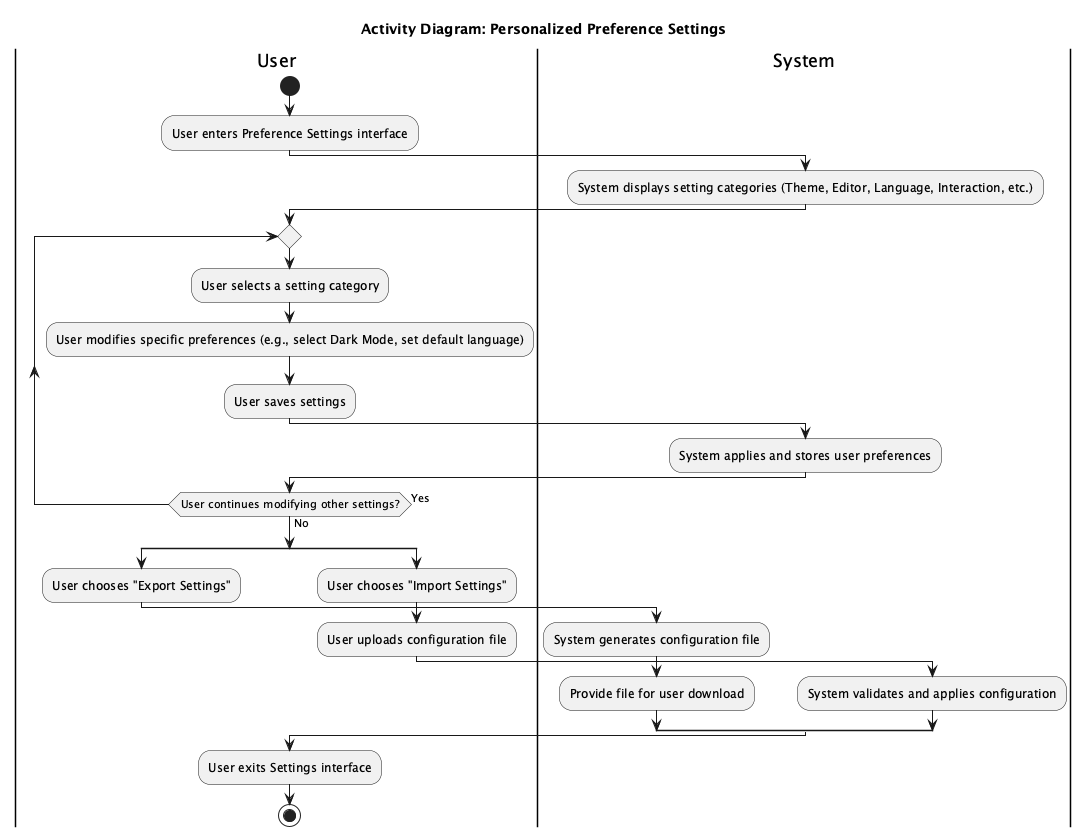
stepbystepcode/CodeWay keeps this PlantUML diagram as latex/UML/Activity/Personalized-Preference-Settings.png. Above is the earlier version.
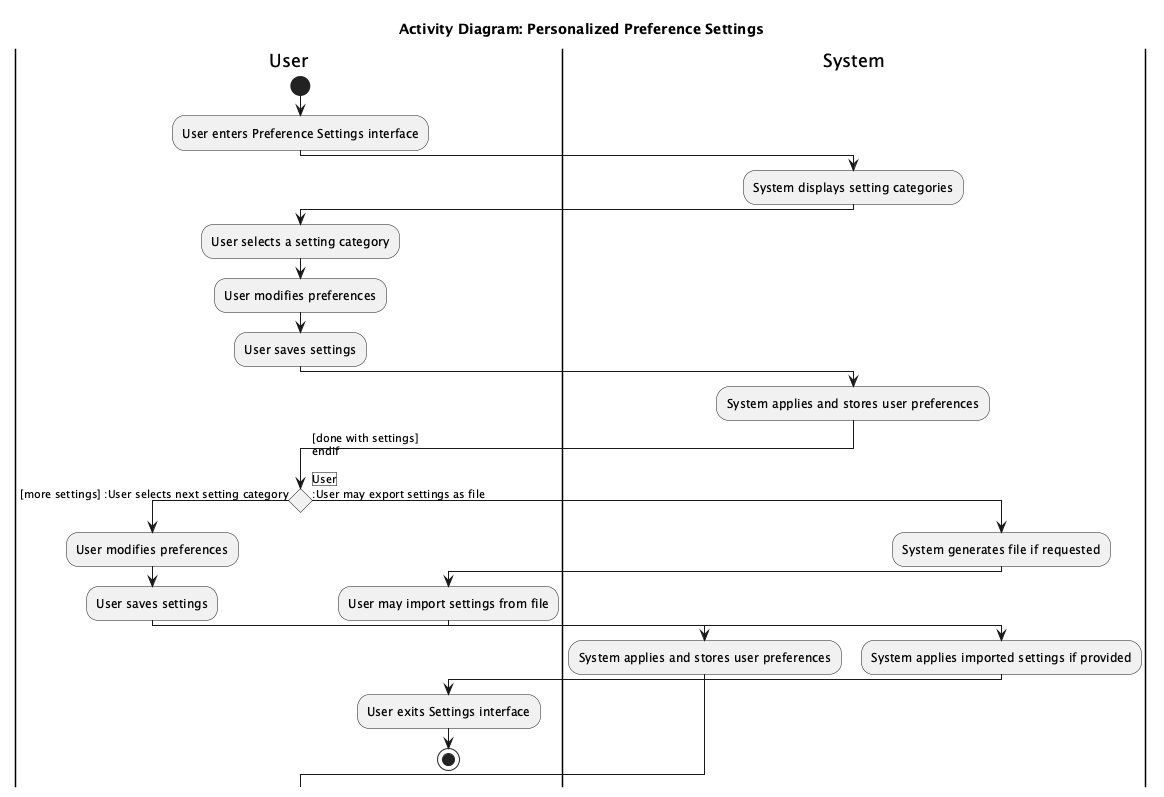
The same diagram one commit later.

What changed in the source:
```diff
@@ -6,34 +6,39 @@
 :User enters Preference Settings interface;
 
 |System|
-:System displays setting categories (Theme, Editor, Language, Interaction, etc.);
+:System displays setting categories;
 
 |User|
-repeat
-  :User selects a setting category;
-  :User modifies specific preferences (e.g., select Dark Mode, set default language);
+:User selects a setting category;
+:User modifies preferences;
+:User saves settings;
+
+|System|
+:System applies and stores user preferences;
+
+|User|
+if () then
+  ->[more settings] :User selects next setting category;
+  :User modifies preferences;
   :User saves settings;
 
   |System|
   :System applies and stores user preferences;
-
-  |User|
-repeat while (User continues modifying other settings?) is (Yes) not (No)
-split
- :User chooses "Export Settings";
-
- |System|
- :System generates configuration file;
- :Provide file for user download;
+else
+  ->[done with settings]
+endif
 
 |User|
-split again
- :User chooses "Import Settings";
- :User uploads configuration file;
+:User may export settings as file;
 
- |System|
- :System validates and applies configuration;
-endsplit
+|System|
+:System generates file if requested;
+
+|User|
+:User may import settings from file;
+
+|System|
+:System applies imported settings if provided;
 
 |User|
 :User exits Settings interface;
```
